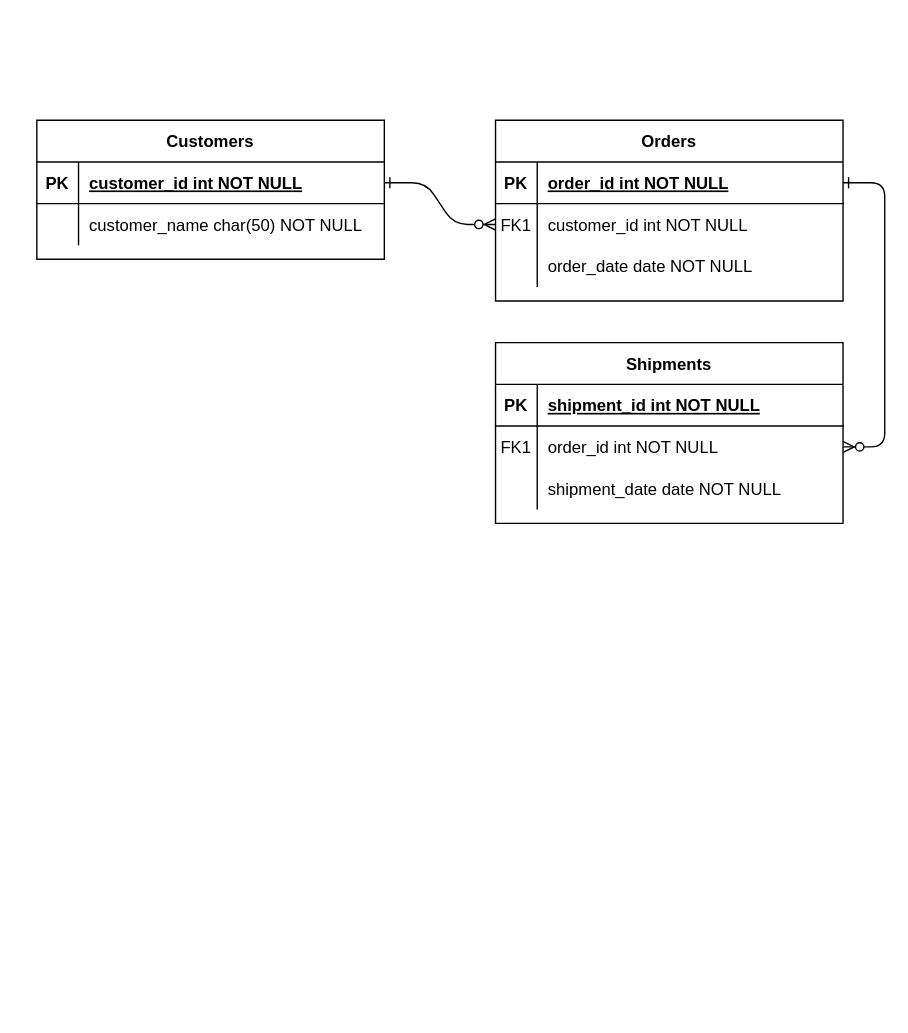
Before: Biểu đồ không có tiêu đề.drawio in codele1112/onlineShop-be, a draw.io diagram. Source tidied: cells renumbered, new cells numbered last; positions are measured from the earlier drawing's top-left corner, leaving out a move shared by most shapes. Both pictures are drawn from the tidied source at 139%, with x=0, y=0 at pixel (36, 120).
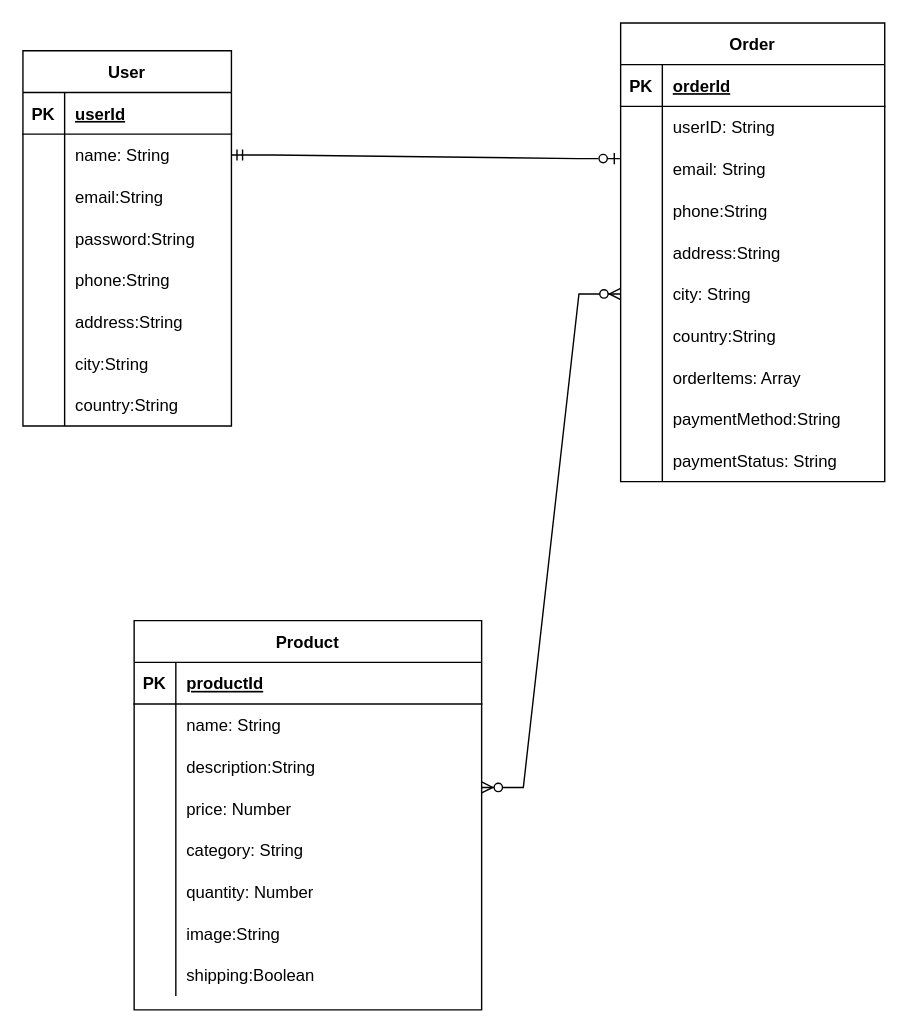
Above is the later version.

The change refers to these unchanged cells:
```xml
<mxCell id="15" style="shape=partialRectangle;fillColor=none;top=0;left=0;right=0;bottom=1;" parent="14" vertex="1">
  <mxGeometry y="30" width="250" height="30" as="geometry" />
</mxCell>
<mxCell id="18" style="shape=partialRectangle;fillColor=none;points=[[0,0.5],[1,0.5]];portConstraint=eastwest;top=0;left=0;right=0;bottom=0;" parent="14" vertex="1">
  <mxGeometry y="60" width="250" height="30" as="geometry" />
</mxCell>
<mxCell id="21" style="shape=partialRectangle;fillColor=none;top=0;left=0;right=0;bottom=0;" parent="14" vertex="1">
  <mxGeometry y="90" width="250" height="30" as="geometry" />
</mxCell>
```

The edit, as a diff of the source:
```diff
@@
-    <mxCell id="2" style="edgeStyle=entityRelationEdgeStyle;endArrow=ERzeroToMany;startArrow=ERone;endFill=1;startFill=0;" parent="1" edge="1" source="25" target="8">
-      <mxGeometry relative="1" as="geometry" />
-    </mxCell>
-    <mxCell id="3" style="edgeStyle=entityRelationEdgeStyle;endArrow=ERzeroToMany;startArrow=ERone;endFill=1;startFill=0;" parent="1" edge="1" source="5" target="18">
-      <mxGeometry relative="1" as="geometry" />
-    </mxCell>
-    <mxCell id="4" value="Orders" style="shape=table;startSize=30;childLayout=tableLayout;rowLines=0;fontStyle=1;align=center;" parent="1" vertex="1">
-      <mxGeometry x="330" width="250" height="130" as="geometry" />
+    <mxCell id="4" value="Order" style="shape=table;startSize=30;childLayout=tableLayout;rowLines=0;fontStyle=1;align=center;" parent="1" vertex="1">
+      <mxGeometry x="420" y="-70" width="190" height="330" as="geometry" />
     </mxCell>
     <mxCell id="5" style="shape=partialRectangle;fillColor=none;points=[[0,0.5],[1,0.5]];portConstraint=eastwest;top=0;left=0;right=0;bottom=1;" parent="4" vertex="1">
-      <mxGeometry y="30" width="250" height="30" as="geometry" />
+      <mxGeometry y="30" width="190" height="30" as="geometry" />
     </mxCell>
@@
-    <mxCell id="7" value="order_id int NOT NULL " style="shape=partialRectangle;overflow=hidden;fillColor=none;top=0;left=0;bottom=0;right=0;align=left;spacingLeft=6;fontStyle=5;" parent="5" vertex="1">
-      <mxGeometry x="30" width="220" height="30" as="geometry" />
+    <mxCell id="7" value="orderId" style="shape=partialRectangle;overflow=hidden;fillColor=none;top=0;left=0;bottom=0;right=0;align=left;spacingLeft=6;fontStyle=5;" parent="5" vertex="1">
+      <mxGeometry x="30" width="160" height="30" as="geometry" />
     </mxCell>
     <mxCell id="8" style="shape=partialRectangle;fillColor=none;points=[[0,0.5],[1,0.5]];portConstraint=eastwest;top=0;left=0;right=0;bottom=0;" parent="4" vertex="1">
-      <mxGeometry y="60" width="250" height="30" as="geometry" />
+      <mxGeometry y="60" width="190" height="30" as="geometry" />
     </mxCell>
-    <mxCell id="9" value="FK1" style="shape=partialRectangle;overflow=hidden;fillColor=none;top=0;left=0;bottom=0;right=0;" parent="8" vertex="1">
+    <mxCell id="9" style="shape=partialRectangle;overflow=hidden;fillColor=none;top=0;left=0;bottom=0;right=0;" parent="8" vertex="1">
       <mxGeometry width="30" height="30" as="geometry" />
     </mxCell>
-    <mxCell id="10" value="customer_id int NOT NULL" style="shape=partialRectangle;overflow=hidden;fillColor=none;top=0;left=0;bottom=0;right=0;align=left;spacingLeft=6;" parent="8" vertex="1">
-      <mxGeometry x="30" width="220" height="30" as="geometry" />
+    <mxCell id="10" value="userID: String" style="shape=partialRectangle;overflow=hidden;fillColor=none;top=0;left=0;bottom=0;right=0;align=left;spacingLeft=6;" parent="8" vertex="1">
+      <mxGeometry x="30" width="160" height="30" as="geometry" />
     </mxCell>
     <mxCell id="11" style="shape=partialRectangle;fillColor=none;points=[[0,0.5],[1,0.5]];portConstraint=eastwest;top=0;left=0;right=0;bottom=0;" parent="4" vertex="1">
-      <mxGeometry y="90" width="250" height="30" as="geometry" />
+      <mxGeometry y="90" width="190" height="30" as="geometry" />
     </mxCell>
@@
-    <mxCell id="13" value="order_date date NOT NULL" style="shape=partialRectangle;overflow=hidden;fillColor=none;top=0;left=0;bottom=0;right=0;align=left;spacingLeft=6;" parent="11" vertex="1">
-      <mxGeometry x="30" width="220" height="30" as="geometry" />
+    <mxCell id="13" value="email: String" style="shape=partialRectangle;overflow=hidden;fillColor=none;top=0;left=0;bottom=0;right=0;align=left;spacingLeft=6;" parent="11" vertex="1">
+      <mxGeometry x="30" width="160" height="30" as="geometry" />
     </mxCell>
+    <mxCell id="31" style="shape=partialRectangle;fillColor=none;top=0;left=0;right=0;bottom=0;" parent="4" vertex="1">
+      <mxGeometry y="120" width="190" height="30" as="geometry" />
+    </mxCell>
+    <mxCell id="32" style="shape=partialRectangle;overflow=hidden;fillColor=none;top=0;left=0;bottom=0;right=0;" parent="31" vertex="1">
+      <mxGeometry width="30" height="30" as="geometry" />
+    </mxCell>
+    <mxCell id="33" value="phone:String" style="shape=partialRectangle;overflow=hidden;fillColor=none;top=0;left=0;bottom=0;right=0;align=left;spacingLeft=6;" parent="31" vertex="1">
+      <mxGeometry x="30" width="160" height="30" as="geometry" />
+    </mxCell>
+    <mxCell id="34" style="shape=partialRectangle;fillColor=none;top=0;left=0;right=0;bottom=0;" parent="4" vertex="1">
+      <mxGeometry y="150" width="190" height="30" as="geometry" />
+    </mxCell>
+    <mxCell id="35" style="shape=partialRectangle;overflow=hidden;fillColor=none;top=0;left=0;bottom=0;right=0;" parent="34" vertex="1">
+      <mxGeometry width="30" height="30" as="geometry" />
+    </mxCell>
+    <mxCell id="36" value="address:String" style="shape=partialRectangle;overflow=hidden;fillColor=none;top=0;left=0;bottom=0;right=0;align=left;spacingLeft=6;" parent="34" vertex="1">
+      <mxGeometry x="30" width="160" height="30" as="geometry" />
+    </mxCell>
+    <mxCell id="37" style="shape=partialRectangle;fillColor=none;points=[[0,0.5],[1,0.5]];portConstraint=eastwest;top=0;left=0;right=0;bottom=0;" parent="4" vertex="1">
+      <mxGeometry y="180" width="190" height="30" as="geometry" />
+    </mxCell>
+    <mxCell id="38" style="shape=partialRectangle;overflow=hidden;fillColor=none;top=0;left=0;bottom=0;right=0;" parent="37" vertex="1">
+      <mxGeometry width="30" height="30" as="geometry" />
+    </mxCell>
+    <mxCell id="39" value="city: String" style="shape=partialRectangle;overflow=hidden;fillColor=none;top=0;left=0;bottom=0;right=0;align=left;spacingLeft=6;" parent="37" vertex="1">
+      <mxGeometry x="30" width="160" height="30" as="geometry" />
+    </mxCell>
+    <mxCell id="40" style="shape=partialRectangle;fillColor=none;top=0;left=0;right=0;bottom=0;" parent="4" vertex="1">
+      <mxGeometry y="210" width="190" height="30" as="geometry" />
+    </mxCell>
+    <mxCell id="41" style="shape=partialRectangle;overflow=hidden;fillColor=none;top=0;left=0;bottom=0;right=0;" parent="40" vertex="1">
+      <mxGeometry width="30" height="30" as="geometry" />
+    </mxCell>
+    <mxCell id="42" value="country:String" style="shape=partialRectangle;overflow=hidden;fillColor=none;top=0;left=0;bottom=0;right=0;align=left;spacingLeft=6;" parent="40" vertex="1">
+      <mxGeometry x="30" width="160" height="30" as="geometry" />
+    </mxCell>
+    <mxCell id="43" style="shape=partialRectangle;fillColor=none;top=0;left=0;right=0;bottom=0;" parent="4" vertex="1">
+      <mxGeometry y="240" width="190" height="30" as="geometry" />
+    </mxCell>
+    <mxCell id="44" style="shape=partialRectangle;overflow=hidden;fillColor=none;top=0;left=0;bottom=0;right=0;" parent="43" vertex="1">
+      <mxGeometry width="30" height="30" as="geometry" />
+    </mxCell>
+    <mxCell id="45" value="orderItems: Array" style="shape=partialRectangle;overflow=hidden;fillColor=none;top=0;left=0;bottom=0;right=0;align=left;spacingLeft=6;" parent="43" vertex="1">
+      <mxGeometry x="30" width="160" height="30" as="geometry" />
+    </mxCell>
+    <mxCell id="46" style="shape=partialRectangle;fillColor=none;top=0;left=0;right=0;bottom=0;" parent="4" vertex="1">
+      <mxGeometry y="270" width="190" height="30" as="geometry" />
+    </mxCell>
+    <mxCell id="47" style="shape=partialRectangle;overflow=hidden;fillColor=none;top=0;left=0;bottom=0;right=0;" parent="46" vertex="1">
+      <mxGeometry width="30" height="30" as="geometry" />
+    </mxCell>
+    <mxCell id="48" value="paymentMethod:String" style="shape=partialRectangle;overflow=hidden;fillColor=none;top=0;left=0;bottom=0;right=0;align=left;spacingLeft=6;" parent="46" vertex="1">
+      <mxGeometry x="30" width="160" height="30" as="geometry" />
+    </mxCell>
+    <mxCell id="49" style="shape=partialRectangle;fillColor=none;top=0;left=0;right=0;bottom=0;" parent="4" vertex="1">
+      <mxGeometry y="300" width="190" height="30" as="geometry" />
+    </mxCell>
+    <mxCell id="50" style="shape=partialRectangle;overflow=hidden;fillColor=none;top=0;left=0;bottom=0;right=0;" parent="49" vertex="1">
+      <mxGeometry width="30" height="30" as="geometry" />
+    </mxCell>
+    <mxCell id="51" value="paymentStatus: String" style="shape=partialRectangle;overflow=hidden;fillColor=none;top=0;left=0;bottom=0;right=0;align=left;spacingLeft=6;" parent="49" vertex="1">
+      <mxGeometry x="30" width="160" height="30" as="geometry" />
+    </mxCell>
-    <mxCell id="14" value="Shipments" style="shape=table;startSize=30;childLayout=tableLayout;rowLines=0;fontStyle=1;align=center;" parent="1" vertex="1">
-      <mxGeometry x="330" y="160" width="250" height="130" as="geometry" />
+    <mxCell id="14" value="Product" style="shape=table;startSize=30;childLayout=tableLayout;rowLines=0;fontStyle=1;align=center;" parent="1" vertex="1">
+      <mxGeometry x="70" y="360" width="250" height="280" as="geometry" />
     </mxCell>
@@
-    <mxCell id="17" value="shipment_id int NOT NULL " style="shape=partialRectangle;overflow=hidden;fillColor=none;top=0;left=0;bottom=0;right=0;align=left;spacingLeft=6;fontStyle=5;" parent="15" vertex="1">
+    <mxCell id="17" value="productId" style="shape=partialRectangle;overflow=hidden;fillColor=none;top=0;left=0;bottom=0;right=0;align=left;spacingLeft=6;fontStyle=5;" parent="15" vertex="1">
       <mxGeometry x="30" width="220" height="30" as="geometry" />
     </mxCell>
@@
-    <mxCell id="19" value="FK1" style="shape=partialRectangle;overflow=hidden;fillColor=none;top=0;left=0;bottom=0;right=0;" parent="18" vertex="1">
+    <mxCell id="19" style="shape=partialRectangle;overflow=hidden;fillColor=none;top=0;left=0;bottom=0;right=0;" parent="18" vertex="1">
       <mxGeometry width="30" height="30" as="geometry" />
     </mxCell>
-    <mxCell id="20" value="order_id int NOT NULL" style="shape=partialRectangle;overflow=hidden;fillColor=none;top=0;left=0;bottom=0;right=0;align=left;spacingLeft=6;" parent="18" vertex="1">
+    <mxCell id="20" value="name: String" style="shape=partialRectangle;overflow=hidden;fillColor=none;top=0;left=0;bottom=0;right=0;align=left;spacingLeft=6;" parent="18" vertex="1">
       <mxGeometry x="30" width="220" height="30" as="geometry" />
     </mxCell>
@@
-    <mxCell id="22" style="shape=partialRectangle;overflow=hidden;fillColor=none;top=0;left=0;bottom=0;right=0;" parent="21" vertex="1">
-      <mxGeometry width="30" height="30" as="geometry" />
-    </mxCell>
-    <mxCell id="23" value="shipment_date date NOT NULL" style="shape=partialRectangle;overflow=hidden;fillColor=none;top=0;left=0;bottom=0;right=0;align=left;spacingLeft=6;" parent="21" vertex="1">
-      <mxGeometry x="30" width="220" height="30" as="geometry" />
-    </mxCell>
+    <mxCell id="52" style="shape=partialRectangle;overflow=hidden;fillColor=none;top=0;left=0;bottom=0;right=0;" parent="21" vertex="1">
+      <mxGeometry width="30" height="30" as="geometry" />
+    </mxCell>
+    <mxCell id="53" value="description:String" style="shape=partialRectangle;overflow=hidden;fillColor=none;top=0;left=0;bottom=0;right=0;align=left;spacingLeft=6;" parent="21" vertex="1">
+      <mxGeometry x="30" width="220" height="30" as="geometry" />
+    </mxCell>
+    <mxCell id="54" style="shape=partialRectangle;fillColor=none;top=0;left=0;right=0;bottom=0;" parent="14" vertex="1">
+      <mxGeometry y="120" width="250" height="30" as="geometry" />
+    </mxCell>
+    <mxCell id="55" style="shape=partialRectangle;overflow=hidden;fillColor=none;top=0;left=0;bottom=0;right=0;" parent="54" vertex="1">
+      <mxGeometry width="30" height="30" as="geometry" />
+    </mxCell>
+    <mxCell id="56" value="price: Number" style="shape=partialRectangle;overflow=hidden;fillColor=none;top=0;left=0;bottom=0;right=0;align=left;spacingLeft=6;" parent="54" vertex="1">
+      <mxGeometry x="30" width="220" height="30" as="geometry" />
+    </mxCell>
+    <mxCell id="57" style="shape=partialRectangle;fillColor=none;top=0;left=0;right=0;bottom=0;" parent="14" vertex="1">
+      <mxGeometry y="150" width="250" height="30" as="geometry" />
+    </mxCell>
+    <mxCell id="58" style="shape=partialRectangle;overflow=hidden;fillColor=none;top=0;left=0;bottom=0;right=0;" parent="57" vertex="1">
+      <mxGeometry width="30" height="30" as="geometry" />
+    </mxCell>
+    <mxCell id="59" value="category: String" style="shape=partialRectangle;overflow=hidden;fillColor=none;top=0;left=0;bottom=0;right=0;align=left;spacingLeft=6;" parent="57" vertex="1">
+      <mxGeometry x="30" width="220" height="30" as="geometry" />
+    </mxCell>
+    <mxCell id="60" style="shape=partialRectangle;fillColor=none;top=0;left=0;right=0;bottom=0;" parent="14" vertex="1">
+      <mxGeometry y="180" width="250" height="30" as="geometry" />
+    </mxCell>
+    <mxCell id="61" style="shape=partialRectangle;overflow=hidden;fillColor=none;top=0;left=0;bottom=0;right=0;" parent="60" vertex="1">
+      <mxGeometry width="30" height="30" as="geometry" />
+    </mxCell>
+    <mxCell id="62" value="quantity: Number" style="shape=partialRectangle;overflow=hidden;fillColor=none;top=0;left=0;bottom=0;right=0;align=left;spacingLeft=6;" parent="60" vertex="1">
+      <mxGeometry x="30" width="220" height="30" as="geometry" />
+    </mxCell>
+    <mxCell id="63" style="shape=partialRectangle;fillColor=none;top=0;left=0;right=0;bottom=0;" parent="14" vertex="1">
+      <mxGeometry y="210" width="250" height="30" as="geometry" />
+    </mxCell>
+    <mxCell id="64" style="shape=partialRectangle;overflow=hidden;fillColor=none;top=0;left=0;bottom=0;right=0;" parent="63" vertex="1">
+      <mxGeometry width="30" height="30" as="geometry" />
+    </mxCell>
+    <mxCell id="65" value="image:String" style="shape=partialRectangle;overflow=hidden;fillColor=none;top=0;left=0;bottom=0;right=0;align=left;spacingLeft=6;" parent="63" vertex="1">
+      <mxGeometry x="30" width="220" height="30" as="geometry" />
+    </mxCell>
+    <mxCell id="66" style="shape=partialRectangle;fillColor=none;top=0;left=0;right=0;bottom=0;" parent="14" vertex="1">
+      <mxGeometry y="240" width="250" height="30" as="geometry" />
+    </mxCell>
+    <mxCell id="67" style="shape=partialRectangle;overflow=hidden;fillColor=none;top=0;left=0;bottom=0;right=0;" parent="66" vertex="1">
+      <mxGeometry width="30" height="30" as="geometry" />
+    </mxCell>
+    <mxCell id="68" value="shipping:Boolean" style="shape=partialRectangle;overflow=hidden;fillColor=none;top=0;left=0;bottom=0;right=0;align=left;spacingLeft=6;" parent="66" vertex="1">
+      <mxGeometry x="30" width="220" height="30" as="geometry" />
+    </mxCell>
-    <mxCell id="24" value="Customers" style="shape=table;startSize=30;childLayout=tableLayout;rowLines=0;fontStyle=1;align=center;" parent="1" vertex="1">
-      <mxGeometry width="250" height="100" as="geometry" />
+    <mxCell id="24" value="User" style="shape=table;startSize=30;childLayout=tableLayout;rowLines=0;fontStyle=1;align=center;" parent="1" vertex="1">
+      <mxGeometry x="-10" y="-50" width="150" height="270" as="geometry" />
     </mxCell>
     <mxCell id="25" style="shape=partialRectangle;fillColor=none;points=[[0,0.5],[1,0.5]];portConstraint=eastwest;top=0;left=0;right=0;bottom=1;" parent="24" vertex="1">
-      <mxGeometry y="30" width="250" height="30" as="geometry" />
+      <mxGeometry y="30" width="150" height="30" as="geometry" />
     </mxCell>
@@
-    <mxCell id="27" value="customer_id int NOT NULL " style="shape=partialRectangle;overflow=hidden;fillColor=none;top=0;left=0;bottom=0;right=0;align=left;spacingLeft=6;fontStyle=5;" parent="25" vertex="1">
-      <mxGeometry x="30" width="220" height="30" as="geometry" />
+    <mxCell id="27" value="userId" style="shape=partialRectangle;overflow=hidden;fillColor=none;top=0;left=0;bottom=0;right=0;align=left;spacingLeft=6;fontStyle=5;" parent="25" vertex="1">
+      <mxGeometry x="30" width="120" height="30" as="geometry" />
     </mxCell>
     <mxCell id="28" style="shape=partialRectangle;fillColor=none;points=[[0,0.5],[1,0.5]];portConstraint=eastwest;top=0;left=0;right=0;bottom=0;" parent="24" vertex="1">
-      <mxGeometry y="60" width="250" height="30" as="geometry" />
+      <mxGeometry y="60" width="150" height="30" as="geometry" />
     </mxCell>
@@
-    <mxCell id="30" value="customer_name char(50) NOT NULL" style="shape=partialRectangle;overflow=hidden;fillColor=none;top=0;left=0;bottom=0;right=0;align=left;spacingLeft=6;" parent="28" vertex="1">
-      <mxGeometry x="30" width="220" height="30" as="geometry" />
+    <mxCell id="30" value="name: String" style="shape=partialRectangle;overflow=hidden;fillColor=none;top=0;left=0;bottom=0;right=0;align=left;spacingLeft=6;" parent="28" vertex="1">
+      <mxGeometry x="30" width="120" height="30" as="geometry" />
     </mxCell>
+    <mxCell id="69" style="shape=partialRectangle;fillColor=none;top=0;left=0;right=0;bottom=0;" parent="24" vertex="1">
+      <mxGeometry y="90" width="150" height="30" as="geometry" />
+    </mxCell>
+    <mxCell id="70" style="shape=partialRectangle;overflow=hidden;fillColor=none;top=0;left=0;bottom=0;right=0;" parent="69" vertex="1">
+      <mxGeometry width="30" height="30" as="geometry" />
+    </mxCell>
+    <mxCell id="71" value="email:String" style="shape=partialRectangle;overflow=hidden;fillColor=none;top=0;left=0;bottom=0;right=0;align=left;spacingLeft=6;" parent="69" vertex="1">
+      <mxGeometry x="30" width="120" height="30" as="geometry" />
+    </mxCell>
+    <mxCell id="72" style="shape=partialRectangle;fillColor=none;top=0;left=0;right=0;bottom=0;" parent="24" vertex="1">
+      <mxGeometry y="120" width="150" height="30" as="geometry" />
+    </mxCell>
+    <mxCell id="73" style="shape=partialRectangle;overflow=hidden;fillColor=none;top=0;left=0;bottom=0;right=0;" parent="72" vertex="1">
+      <mxGeometry width="30" height="30" as="geometry" />
+    </mxCell>
+    <mxCell id="74" value="password:String" style="shape=partialRectangle;overflow=hidden;fillColor=none;top=0;left=0;bottom=0;right=0;align=left;spacingLeft=6;" parent="72" vertex="1">
+      <mxGeometry x="30" width="120" height="30" as="geometry" />
+    </mxCell>
+    <mxCell id="75" style="shape=partialRectangle;fillColor=none;top=0;left=0;right=0;bottom=0;" parent="24" vertex="1">
+      <mxGeometry y="150" width="150" height="30" as="geometry" />
+    </mxCell>
+    <mxCell id="76" style="shape=partialRectangle;overflow=hidden;fillColor=none;top=0;left=0;bottom=0;right=0;" parent="75" vertex="1">
+      <mxGeometry width="30" height="30" as="geometry" />
+    </mxCell>
+    <mxCell id="77" value="phone:String" style="shape=partialRectangle;overflow=hidden;fillColor=none;top=0;left=0;bottom=0;right=0;align=left;spacingLeft=6;" parent="75" vertex="1">
+      <mxGeometry x="30" width="120" height="30" as="geometry" />
+    </mxCell>
+    <mxCell id="78" style="shape=partialRectangle;fillColor=none;top=0;left=0;right=0;bottom=0;" parent="24" vertex="1">
+      <mxGeometry y="180" width="150" height="30" as="geometry" />
+    </mxCell>
+    <mxCell id="79" style="shape=partialRectangle;overflow=hidden;fillColor=none;top=0;left=0;bottom=0;right=0;" parent="78" vertex="1">
+      <mxGeometry width="30" height="30" as="geometry" />
+    </mxCell>
+    <mxCell id="80" value="address:String" style="shape=partialRectangle;overflow=hidden;fillColor=none;top=0;left=0;bottom=0;right=0;align=left;spacingLeft=6;" parent="78" vertex="1">
+      <mxGeometry x="30" width="120" height="30" as="geometry" />
+    </mxCell>
+    <mxCell id="81" style="shape=partialRectangle;fillColor=none;top=0;left=0;right=0;bottom=0;" parent="24" vertex="1">
+      <mxGeometry y="210" width="150" height="30" as="geometry" />
+    </mxCell>
+    <mxCell id="82" style="shape=partialRectangle;overflow=hidden;fillColor=none;top=0;left=0;bottom=0;right=0;" parent="81" vertex="1">
+      <mxGeometry width="30" height="30" as="geometry" />
+    </mxCell>
+    <mxCell id="83" value="city:String" style="shape=partialRectangle;overflow=hidden;fillColor=none;top=0;left=0;bottom=0;right=0;align=left;spacingLeft=6;" parent="81" vertex="1">
+      <mxGeometry x="30" width="120" height="30" as="geometry" />
+    </mxCell>
+    <mxCell id="84" style="shape=partialRectangle;fillColor=none;top=0;left=0;right=0;bottom=0;" parent="24" vertex="1">
+      <mxGeometry y="240" width="150" height="30" as="geometry" />
+    </mxCell>
+    <mxCell id="85" style="shape=partialRectangle;overflow=hidden;fillColor=none;top=0;left=0;bottom=0;right=0;" parent="84" vertex="1">
+      <mxGeometry width="30" height="30" as="geometry" />
+    </mxCell>
+    <mxCell id="86" value="country:String" style="shape=partialRectangle;overflow=hidden;fillColor=none;top=0;left=0;bottom=0;right=0;align=left;spacingLeft=6;" parent="84" vertex="1">
+      <mxGeometry x="30" width="120" height="30" as="geometry" />
+    </mxCell>
+    <mxCell id="87" style="edgeStyle=entityRelationEdgeStyle;fontSize=12;html=1;endArrow=ERzeroToMany;endFill=1;startArrow=ERzeroToMany;rounded=0;exitX=1;exitY=0;exitDx=0;exitDy=0;entryX=0;entryY=0.5;entryDx=0;entryDy=0;" parent="1" edge="1" target="37">
+      <mxGeometry relative="1" as="geometry">
+        <mxPoint x="320" y="480" as="sourcePoint" />
+        <Array as="points">
+          <mxPoint x="385" y="490" />
+          <mxPoint x="310" y="580" />
+          <mxPoint x="340" y="600" />
+          <mxPoint x="540" y="380" />
+        </Array>
+      </mxGeometry>
+    </mxCell>
+    <mxCell id="88" style="edgeStyle=entityRelationEdgeStyle;fontSize=12;html=1;endArrow=ERmandOne;startArrow=ERzeroToOne;rounded=0;exitX=-0.003;exitY=0.253;exitDx=0;exitDy=0;entryX=1;entryY=0.5;entryDx=0;entryDy=0;exitPerimeter=0;startFill=0;endFill=0;" parent="1" edge="1" source="11" target="28">
+      <mxGeometry relative="1" as="geometry" />
+    </mxCell>
```
